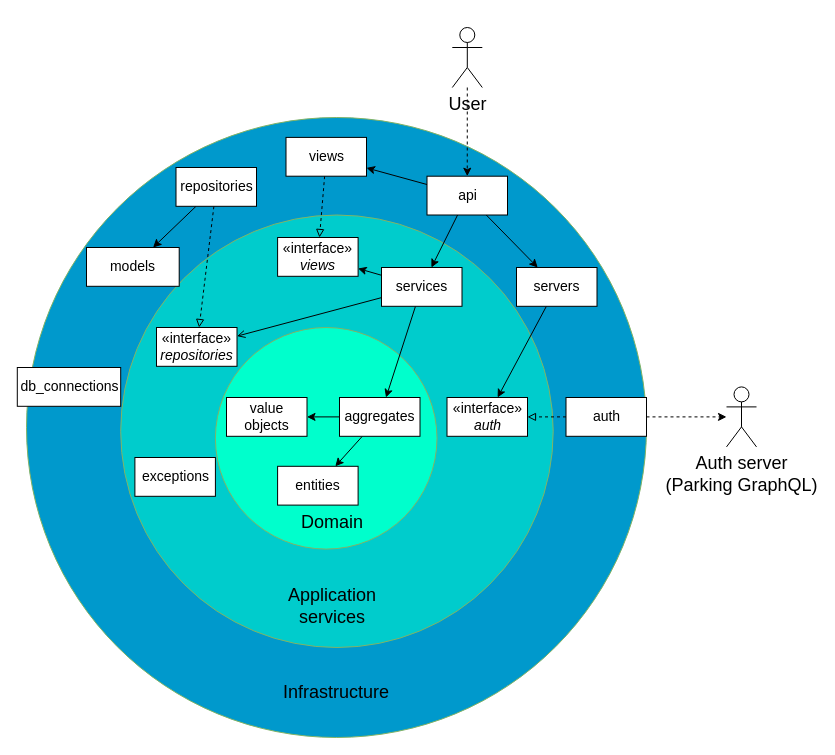
Earlier version of the draw.io diagram page "Class diagram" (1 of 3) of docs/event-driven-python.drawio (kotnikd3/event-driven-bayes). Source tidied: cells renumbered, new cells numbered last; positions are measured from the earlier drawing's top-left corner, leaving out a move shared by most shapes. Both pictures are drawn from the tidied source at 100%, with x=0, y=0 at pixel (17, 27).
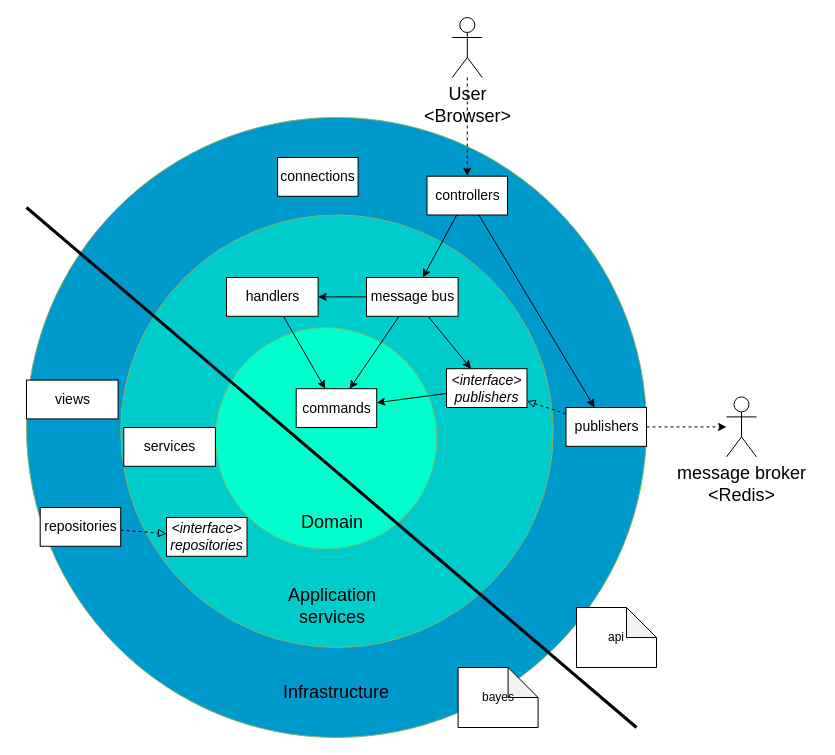
After the change.

What changed in the source:
```diff
@@
     <mxCell id="2" style="group;" parent="1" vertex="1">
-      <mxGeometry x="9" y="90" width="620" height="620" as="geometry" />
+      <mxGeometry x="9" y="90" width="630" height="620" as="geometry" />
     </mxCell>
@@
-    <mxCell id="6" value="entities" style="html=1;fontSize=14;" parent="2" vertex="1">
-      <mxGeometry x="251.1" y="348.8" width="80.5" height="38.8" as="geometry" />
-    </mxCell>
-    <mxCell id="7" value="«interface»&lt;br&gt;&lt;i&gt;repositories&lt;/i&gt;" style="html=1;fontSize=14;" parent="2" vertex="1">
-      <mxGeometry x="130" y="210" width="80.5" height="38.8" as="geometry" />
-    </mxCell>
-    <mxCell id="8" style="rounded=0;jettySize=auto;html=1;fontSize=14;endArrow=block;endFill=0;dashed=1;" parent="2" edge="1" source="10" target="7">
-      <mxGeometry relative="1" as="geometry" />
+    <mxCell id="8" style="rounded=0;orthogonalLoop=1;jettySize=auto;html=1;fontSize=14;endArrow=block;endFill=0;dashed=1;" parent="2" edge="1">
+      <mxGeometry relative="1" as="geometry">
+        <mxPoint x="187.4" y="88.8" as="sourcePoint" />
+      </mxGeometry>
     </mxCell>
-    <mxCell id="9" style="rounded=0;jettySize=auto;html=1;" parent="2" edge="1" source="10" target="24">
-      <mxGeometry relative="1" as="geometry" />
+    <mxCell id="9" style="rounded=0;orthogonalLoop=1;jettySize=auto;html=1;" parent="2" edge="1">
+      <mxGeometry relative="1" as="geometry">
+        <mxPoint x="169.5" y="88.8" as="sourcePoint" />
+      </mxGeometry>
     </mxCell>
-    <mxCell id="10" value="repositories" style="html=1;fontSize=14;" parent="2" vertex="1">
-      <mxGeometry x="149.5" y="50" width="80.5" height="38.8" as="geometry" />
-    </mxCell>
-    <mxCell id="11" style="edgeStyle=none;rounded=0;jettySize=auto;html=1;fontSize=14;endArrow=open;endFill=0;" parent="2" edge="1" source="14" target="7">
-      <mxGeometry relative="1" as="geometry" />
-    </mxCell>
-    <mxCell id="12" style="rounded=0;jettySize=auto;html=1;" parent="2" edge="1" source="14" target="29">
-      <mxGeometry relative="1" as="geometry" />
-    </mxCell>
-    <mxCell id="13" style="rounded=0;jettySize=auto;html=1;" parent="2" edge="1" source="14" target="36">
-      <mxGeometry relative="1" as="geometry" />
-    </mxCell>
-    <mxCell id="14" value="services" style="html=1;fontSize=14;" parent="2" vertex="1">
-      <mxGeometry x="355" y="150" width="80.5" height="38.8" as="geometry" />
-    </mxCell>
-    <mxCell id="15" style="edgeStyle=none;rounded=0;jettySize=auto;html=1;" parent="2" edge="1" source="18" target="14">
-      <mxGeometry relative="1" as="geometry" />
-    </mxCell>
-    <mxCell id="16" style="edgeStyle=none;rounded=0;jettySize=auto;html=1;" parent="2" edge="1" source="18" target="21">
-      <mxGeometry relative="1" as="geometry" />
-    </mxCell>
@@
+    <mxCell id="41" style="rounded=0;jettySize=auto;html=1;" parent="2" edge="1" source="18" target="47">
+      <mxGeometry relative="1" as="geometry" />
+    </mxCell>
-    <mxCell id="18" value="api" style="html=1;fontSize=14;" parent="2" vertex="1">
+    <mxCell id="18" value="controllers" style="html=1;fontSize=14;" parent="2" vertex="1">
       <mxGeometry x="400.5" y="58.7" width="80.5" height="38.8" as="geometry" />
     </mxCell>
-    <mxCell id="19" value="db_connections" style="html=1;fontSize=14;" parent="2" vertex="1">
-      <mxGeometry x="-9.2" y="250" width="103.4" height="38.8" as="geometry" />
-    </mxCell>
-    <mxCell id="20" style="rounded=0;jettySize=auto;html=1;endArrow=block;endFill=0;dashed=1;" parent="2" edge="1" source="21" target="36">
-      <mxGeometry relative="1" as="geometry" />
-    </mxCell>
-    <mxCell id="21" value="views" style="html=1;fontSize=14;" parent="2" vertex="1">
-      <mxGeometry x="259.5" y="19.9" width="80.5" height="38.8" as="geometry" />
-    </mxCell>
-    <mxCell id="22" style="rounded=0;jettySize=auto;html=1;endArrow=block;endFill=0;dashed=1;" parent="2" edge="1" source="23" target="33">
-      <mxGeometry relative="1" as="geometry" />
+    <mxCell id="22" style="rounded=0;orthogonalLoop=1;jettySize=auto;html=1;endArrow=block;endFill=0;dashed=1;" parent="2" edge="1">
+      <mxGeometry relative="1" as="geometry">
+        <mxPoint x="501" y="299.4" as="targetPoint" />
+      </mxGeometry>
     </mxCell>
-    <mxCell id="23" value="auth" style="html=1;fontSize=14;" parent="2" vertex="1">
-      <mxGeometry x="539.5" y="280" width="80.5" height="38.8" as="geometry" />
-    </mxCell>
-    <mxCell id="24" value="models" style="html=1;fontSize=14;" parent="2" vertex="1">
-      <mxGeometry x="60" y="130" width="92.7" height="38.8" as="geometry" />
-    </mxCell>
-    <mxCell id="25" value="exceptions" style="html=1;fontSize=14;" parent="2" vertex="1">
-      <mxGeometry x="108.4" y="340" width="80.5" height="38.8" as="geometry" />
-    </mxCell>
-    <mxCell id="26" value="value &lt;br&gt;objects" style="html=1;fontSize=14;" parent="2" vertex="1">
-      <mxGeometry x="200" y="280" width="80.5" height="38.8" as="geometry" />
-    </mxCell>
-    <mxCell id="27" style="edgeStyle=none;rounded=0;jettySize=auto;html=1;" parent="2" edge="1" source="29" target="6">
-      <mxGeometry relative="1" as="geometry" />
-    </mxCell>
-    <mxCell id="28" style="edgeStyle=none;rounded=0;jettySize=auto;html=1;" parent="2" edge="1" source="29" target="26">
-      <mxGeometry relative="1" as="geometry" />
-    </mxCell>
-    <mxCell id="29" value="aggregates" style="html=1;fontSize=14;" parent="2" vertex="1">
-      <mxGeometry x="313" y="280" width="80.5" height="38.8" as="geometry" />
+    <mxCell id="29" value="commands" style="html=1;fontSize=14;" parent="2" vertex="1">
+      <mxGeometry x="269.7" y="271.2" width="80.5" height="38.8" as="geometry" />
     </mxCell>
@@
-    <mxCell id="33" value="«interface»&lt;br style=&quot;border-color: var(--border-color);&quot;&gt;&lt;i&gt;auth&lt;/i&gt;" style="html=1;fontSize=14;" parent="2" vertex="1">
-      <mxGeometry x="420.5" y="280" width="80.5" height="38.8" as="geometry" />
-    </mxCell>
-    <mxCell id="34" style="rounded=0;jettySize=auto;html=1;" parent="2" edge="1" source="35" target="33">
-      <mxGeometry relative="1" as="geometry" />
-    </mxCell>
+    <mxCell id="42" style="rounded=0;jettySize=auto;html=1;dashed=1;endArrow=block;endFill=0;" parent="2" edge="1" source="35" target="49">
+      <mxGeometry relative="1" as="geometry" />
+    </mxCell>
-    <mxCell id="35" value="servers" style="html=1;fontSize=14;" parent="2" vertex="1">
-      <mxGeometry x="490" y="150" width="80.5" height="38.8" as="geometry" />
+    <mxCell id="35" value="publishers" style="html=1;fontSize=14;" parent="2" vertex="1">
+      <mxGeometry x="539.5" y="290" width="80.5" height="38.8" as="geometry" />
     </mxCell>
-    <mxCell id="36" value="«interface»&lt;br&gt;&lt;i&gt;views&lt;/i&gt;" style="html=1;fontSize=14;" parent="2" vertex="1">
-      <mxGeometry x="251.1" y="120" width="80.5" height="38.8" as="geometry" />
-    </mxCell>
+    <mxCell id="43" value="connections" style="html=1;fontSize=14;" parent="2" vertex="1">
+      <mxGeometry x="251.1" y="40" width="80.5" height="38.8" as="geometry" />
+    </mxCell>
+    <mxCell id="44" style="rounded=0;jettySize=auto;html=1;" parent="2" edge="1" source="47" target="49">
+      <mxGeometry relative="1" as="geometry" />
+    </mxCell>
+    <mxCell id="45" style="rounded=0;jettySize=auto;html=1;" parent="2" edge="1" source="47" target="51">
+      <mxGeometry relative="1" as="geometry" />
+    </mxCell>
+    <mxCell id="46" style="rounded=0;jettySize=auto;html=1;" parent="2" edge="1" source="47" target="29">
+      <mxGeometry relative="1" as="geometry" />
+    </mxCell>
+    <mxCell id="47" value="message bus" style="html=1;fontSize=14;" parent="2" vertex="1">
+      <mxGeometry x="340" y="160" width="91.6" height="38.8" as="geometry" />
+    </mxCell>
+    <mxCell id="48" style="rounded=0;jettySize=auto;html=1;" parent="2" edge="1" source="49" target="29">
+      <mxGeometry relative="1" as="geometry" />
+    </mxCell>
+    <mxCell id="49" value="&amp;lt;interface&amp;gt;&lt;br&gt;publishers" style="html=1;fontSize=14;fontStyle=2;" parent="2" vertex="1">
+      <mxGeometry x="420" y="251.2" width="80.5" height="38.8" as="geometry" />
+    </mxCell>
+    <mxCell id="50" style="rounded=0;jettySize=auto;html=1;" parent="2" edge="1" source="51" target="29">
+      <mxGeometry relative="1" as="geometry" />
+    </mxCell>
+    <mxCell id="51" value="handlers" style="html=1;fontSize=14;" parent="2" vertex="1">
+      <mxGeometry x="200" y="160" width="91.6" height="38.8" as="geometry" />
+    </mxCell>
+    <mxCell id="14" value="services" style="html=1;fontSize=14;" parent="2" vertex="1">
+      <mxGeometry x="97.3" y="310" width="91.6" height="38.8" as="geometry" />
+    </mxCell>
+    <mxCell id="52" value="&amp;lt;interface&amp;gt;&lt;br&gt;repositories" style="html=1;fontSize=14;fontStyle=2;" parent="2" vertex="1">
+      <mxGeometry x="140" y="400" width="80.5" height="38.8" as="geometry" />
+    </mxCell>
+    <mxCell id="53" style="rounded=0;jettySize=auto;html=1;endArrow=block;endFill=0;dashed=1;" parent="2" edge="1" source="10" target="52">
+      <mxGeometry relative="1" as="geometry" />
+    </mxCell>
+    <mxCell id="10" value="repositories" style="html=1;fontSize=14;" parent="2" vertex="1">
+      <mxGeometry x="13.7" y="390" width="80.5" height="38.8" as="geometry" />
+    </mxCell>
+    <mxCell id="21" value="views" style="html=1;fontSize=14;" parent="2" vertex="1">
+      <mxGeometry y="262.6" width="91.6" height="38.8" as="geometry" />
+    </mxCell>
+    <mxCell id="54" value="api" style="shape=note;whiteSpace=wrap;html=1;backgroundOutline=1;darkOpacity=0.05;" parent="2" vertex="1">
+      <mxGeometry x="550" y="490" width="80" height="60" as="geometry" />
+    </mxCell>
+    <mxCell id="55" value="bayes" style="shape=note;whiteSpace=wrap;html=1;backgroundOutline=1;darkOpacity=0.05;" parent="2" vertex="1">
+      <mxGeometry x="431.6" y="550" width="80" height="60" as="geometry" />
+    </mxCell>
@@
-    <mxCell id="38" value="User" style="shape=umlActor;verticalLabelPosition=bottom;verticalAlign=top;html=1;outlineConnect=0;fontSize=18;" parent="1" vertex="1">
-      <mxGeometry x="434.8" width="30" height="60" as="geometry" />
+    <mxCell id="38" value="User&lt;br&gt;&amp;lt;Browser&amp;gt;" style="shape=umlActor;verticalLabelPosition=bottom;verticalAlign=top;html=1;outlineConnect=0;fontSize=18;" parent="1" vertex="1">
+      <mxGeometry x="434.8" y="-10" width="30" height="60" as="geometry" />
     </mxCell>
-    <mxCell id="39" value="Auth server&lt;br&gt;(Parking GraphQL)" style="shape=umlActor;verticalLabelPosition=bottom;verticalAlign=top;html=1;outlineConnect=0;fontSize=18;" parent="1" vertex="1">
-      <mxGeometry x="709" y="359.4" width="30" height="60" as="geometry" />
-    </mxCell>
-    <mxCell id="40" style="rounded=0;jettySize=auto;html=1;dashed=1;" parent="1" edge="1" source="23" target="39">
-      <mxGeometry relative="1" as="geometry" />
-    </mxCell>
+    <mxCell id="56" value="message broker&lt;br&gt;&amp;lt;Redis&amp;gt;" style="shape=umlActor;verticalLabelPosition=bottom;verticalAlign=top;html=1;outlineConnect=0;fontSize=18;" parent="1" vertex="1">
+      <mxGeometry x="709" y="369.4" width="30" height="60" as="geometry" />
+    </mxCell>
+    <mxCell id="57" style="rounded=0;jettySize=auto;html=1;dashed=1;" parent="1" edge="1" source="35" target="56">
+      <mxGeometry relative="1" as="geometry" />
+    </mxCell>
+    <mxCell id="58" style="endArrow=none;html=1;rounded=0;strokeWidth=3;" parent="1" edge="1">
+      <mxGeometry relative="1" as="geometry">
+        <mxPoint x="9" y="180" as="sourcePoint" />
+        <mxPoint x="619" y="700" as="targetPoint" />
+      </mxGeometry>
+    </mxCell>
```
